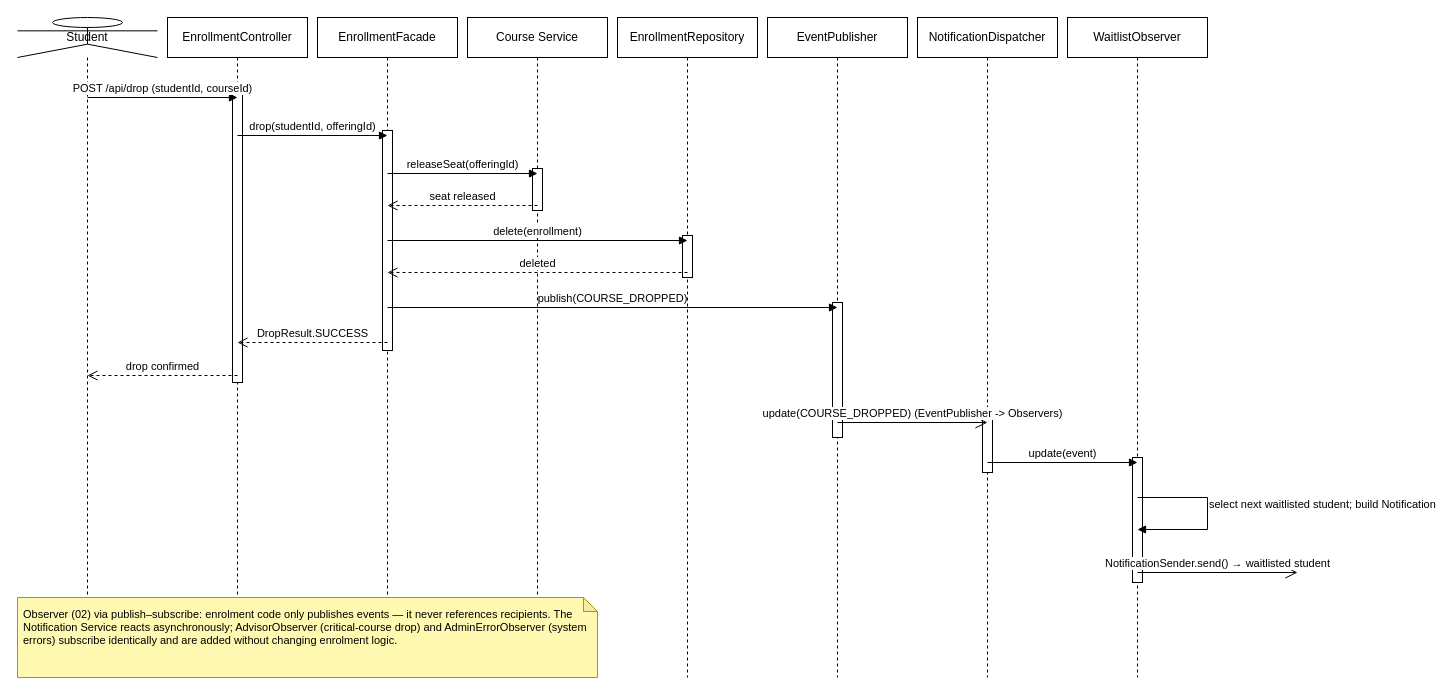
Before: Diagrams/Sequence_diagrams/seq-2-drop-waitlist-notification.drawio in Tharusha-dev/soft_architect_redda, a draw.io diagram. Source tidied: cells renumbered, new cells numbered last; positions are measured from the earlier drawing's top-left corner, leaving out a move shared by most shapes. Both pictures are drawn from the tidied source at 100%, with x=0, y=0 at pixel (17, 17).
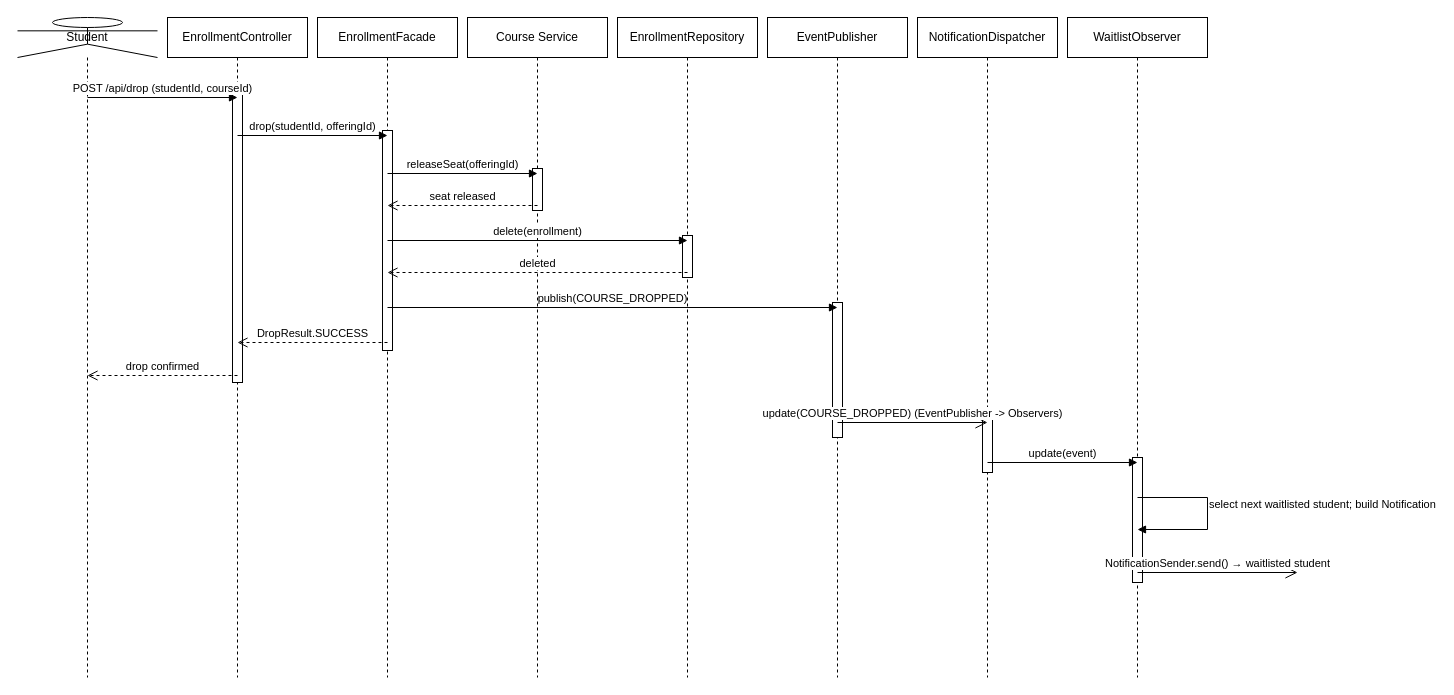
Above is the later version.

Change to the diagram source:
```diff
@@
-    <mxCell id="30" value="Observer (02) via publish–subscribe: enrolment code only publishes events — it never references recipients. The Notification Service reacts asynchronously; AdvisorObserver (critical-course drop) and AdminErrorObserver (system errors) subscribe identically and are added without changing enrolment logic." style="shape=note;whiteSpace=wrap;html=1;backgroundOutline=1;darkOpacity=0.05;fillColor=#FFF9B2;strokeColor=#B09500;size=14;align=left;verticalAlign=top;spacing=6;fontSize=11;" parent="1" vertex="1">
-      <mxGeometry y="580" width="580" height="80" as="geometry" />
-    </mxCell>
```
